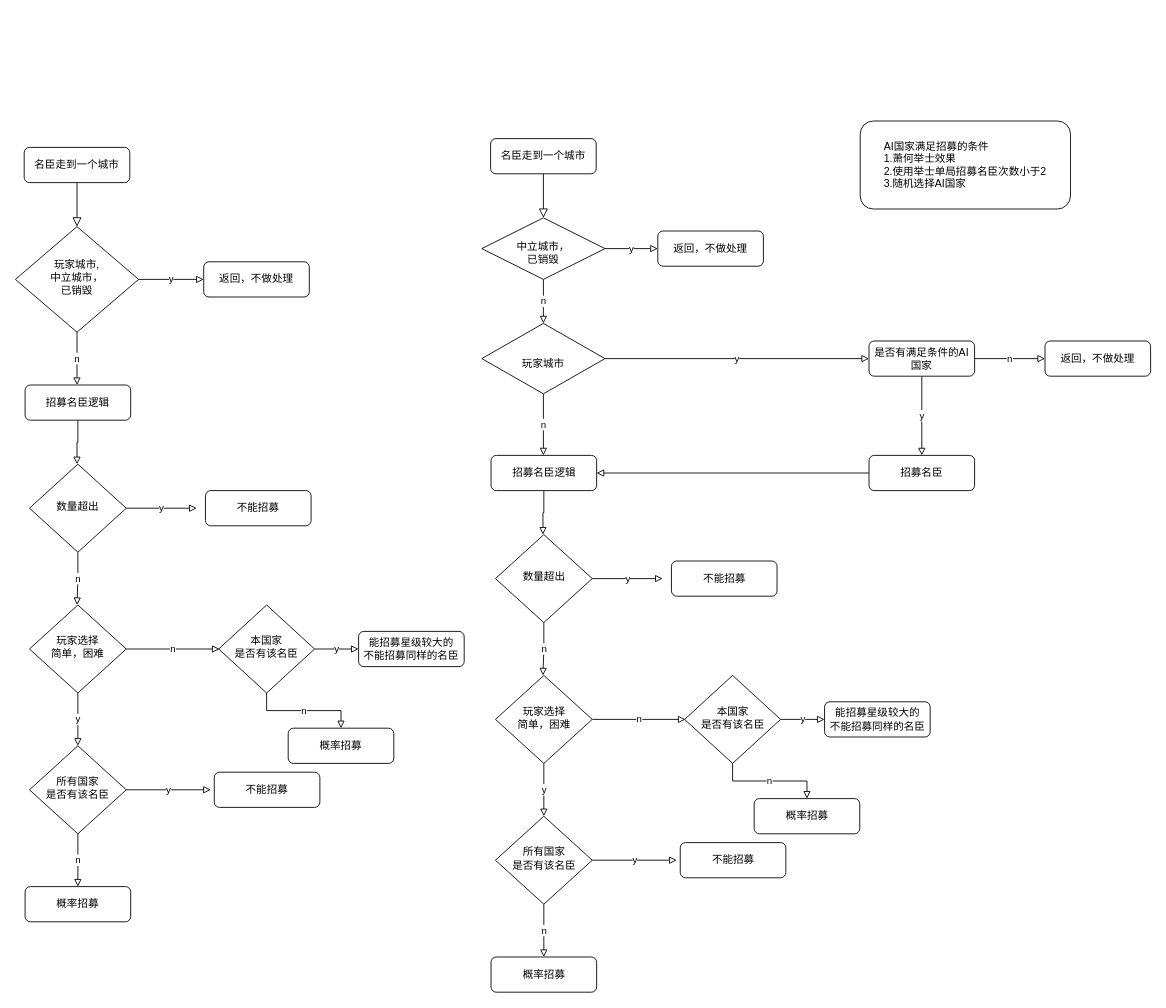
This is 萧何举士效果收服名臣流程图.drawio from fdgggy/architect-awesome, a draw.io file, before an edit. Source tidied: cells renumbered, new cells numbered last; positions are measured from the earlier drawing's top-left corner, leaving out a move shared by most shapes. Both pictures are drawn from the tidied source at 88%, with x=0, y=0 at pixel (15, 121).
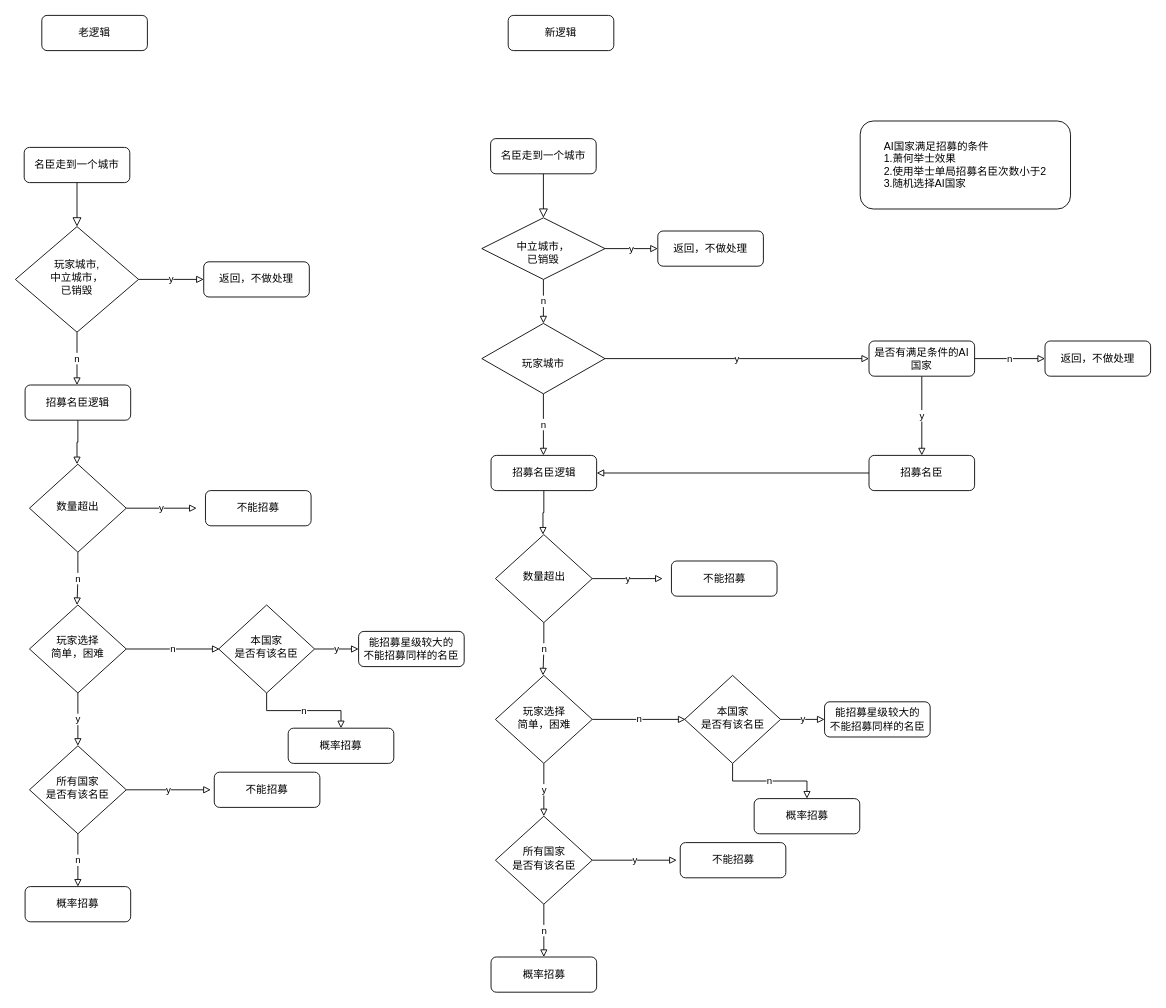
After the change.

Commit message:
更新萧何举士效果收服名臣流程图.drawio

What changed in the source:
```diff
@@
+    <mxCell id="62" value="老逻辑" style="rounded=1;whiteSpace=wrap;html=1;fontSize=12;glass=0;strokeWidth=1;shadow=0;" parent="1" vertex="1">
+      <mxGeometry x="30" y="-120" width="120" height="40" as="geometry" />
+    </mxCell>
+    <mxCell id="63" value="新逻辑" style="rounded=1;whiteSpace=wrap;html=1;fontSize=12;glass=0;strokeWidth=1;shadow=0;" parent="1" vertex="1">
+      <mxGeometry x="560" y="-120" width="120" height="40" as="geometry" />
+    </mxCell>
```
